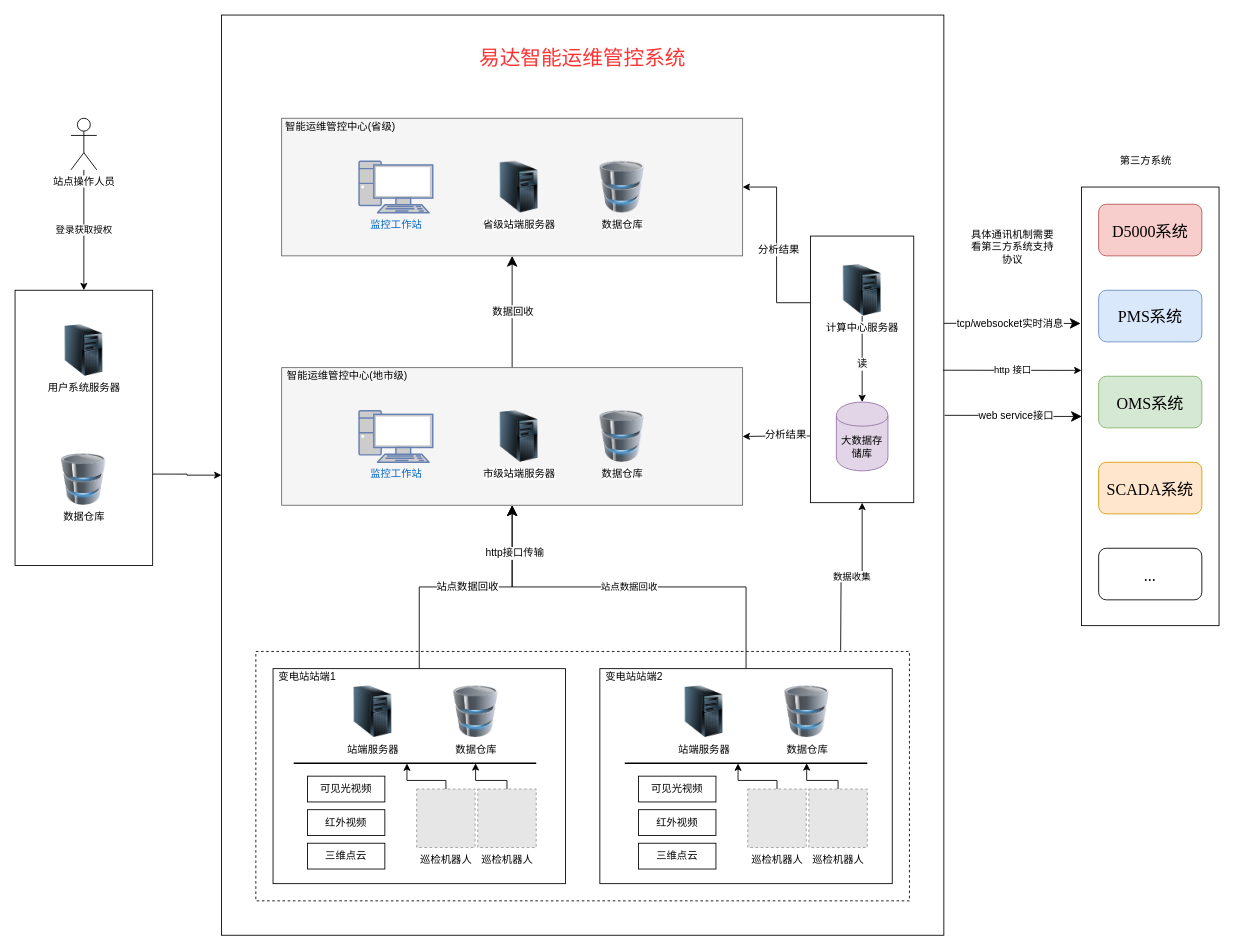
Above: 易达智慧运维平台系统架构图.drawio in wangyufei0807/draw (draw.io), before the change. Source tidied: cells renumbered, new cells numbered last; positions are measured from the earlier drawing's top-left corner, leaving out a move shared by most shapes. Both pictures are drawn from the tidied source at 86%, with x=0, y=0 at pixel (15, 15). Pictures stored in the file or linked from it are replaced by grey dashed boxes.
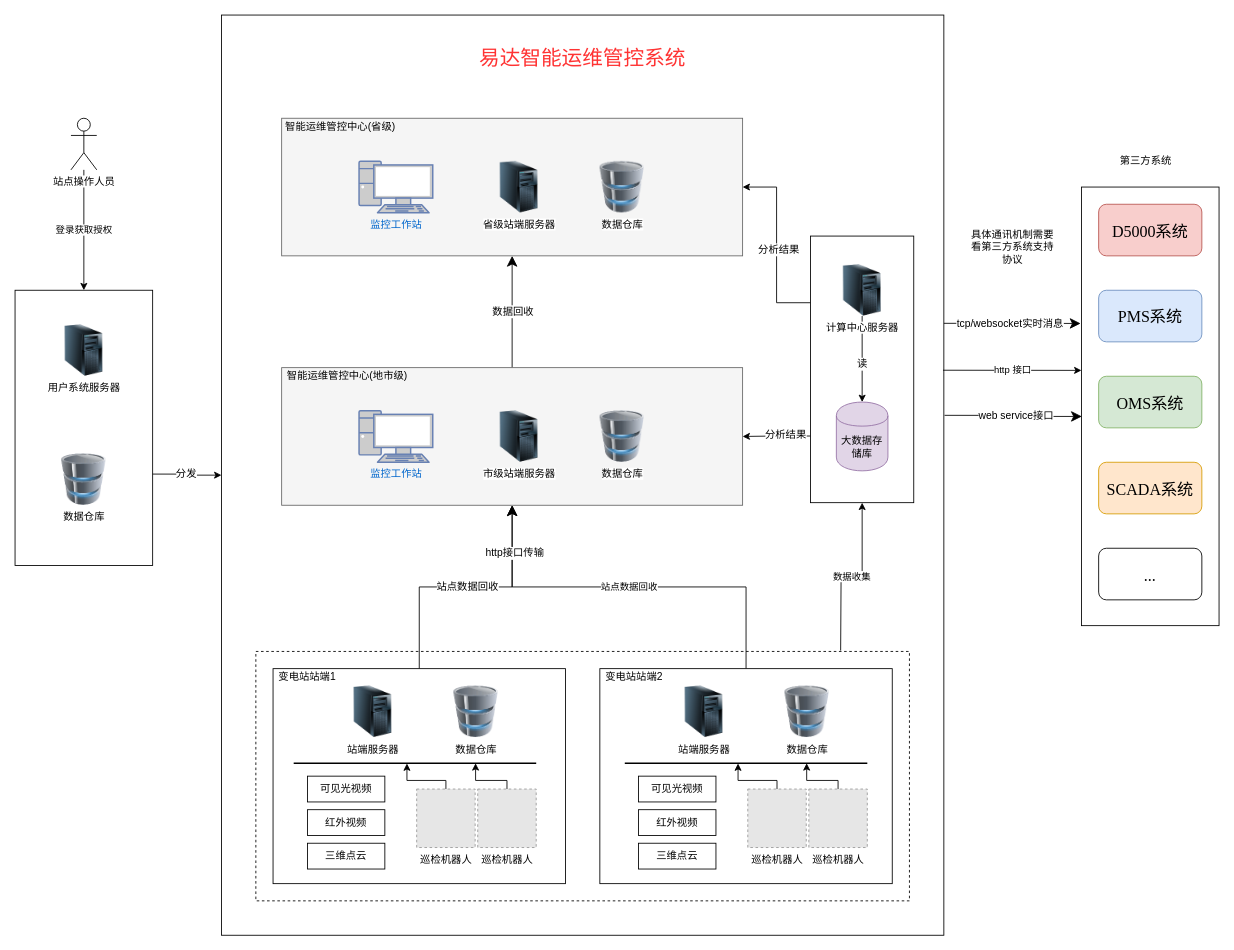
Above is the later version.

Commit message:
更新易达智慧运维平台系统架构图.drawio

The change refers to these unchanged cells:
```xml
<mxCell id="6" style="edgeStyle=orthogonalEdgeStyle;rounded=0;jettySize=auto;html=1;exitX=0;exitY=0.5;exitDx=0;exitDy=0;entryX=0.99;entryY=0.668;entryDx=0;entryDy=0;entryPerimeter=0;startArrow=classic;startFill=1;endArrow=none;endFill=0;" parent="1" edge="1" source="7" target="74">
  <mxGeometry relative="1" as="geometry">
    <Array as="points">
      <mxPoint x="200" y="535" />
    </Array>
  </mxGeometry>
</mxCell>
```

The edit, as a diff of the source:
```diff
@@
+    <mxCell id="80" value="分发" style="text;html=1;align=center;verticalAlign=middle;labelBackgroundColor=#ffffff;" parent="6" vertex="1">
+      <mxGeometry x="0.04" relative="1" as="geometry" />
+    </mxCell>
```
